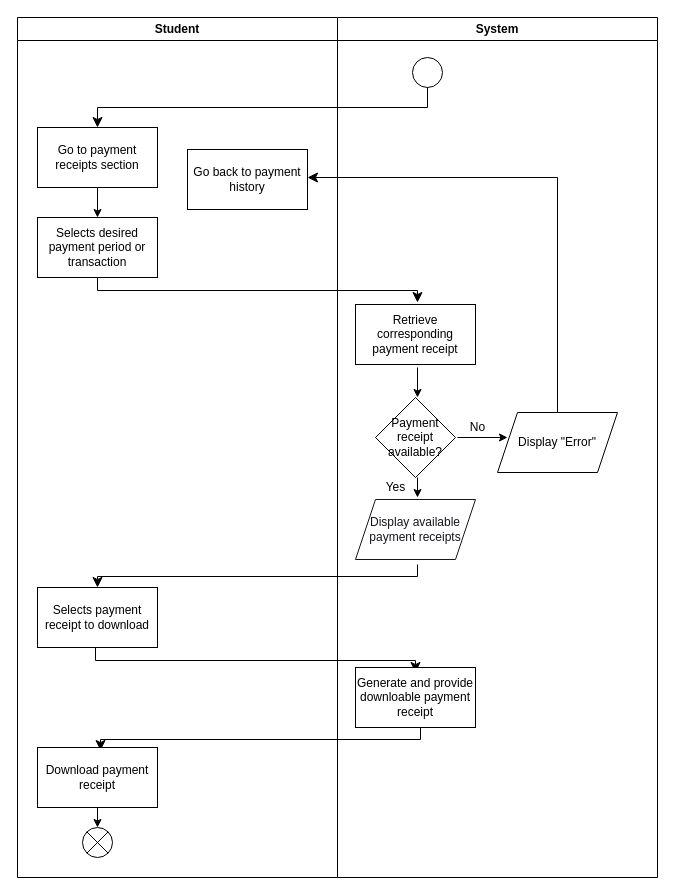
Before: project/drawio/stakeholder/activity diagram/uc22.drawio in drshahizan/software-engineering, a draw.io diagram. Source tidied: cells renumbered, new cells numbered last; positions are measured from the earlier drawing's top-left corner, leaving out a move shared by most shapes. Both pictures are drawn from the tidied source at 100%, with x=0, y=0 at pixel (17, 17).
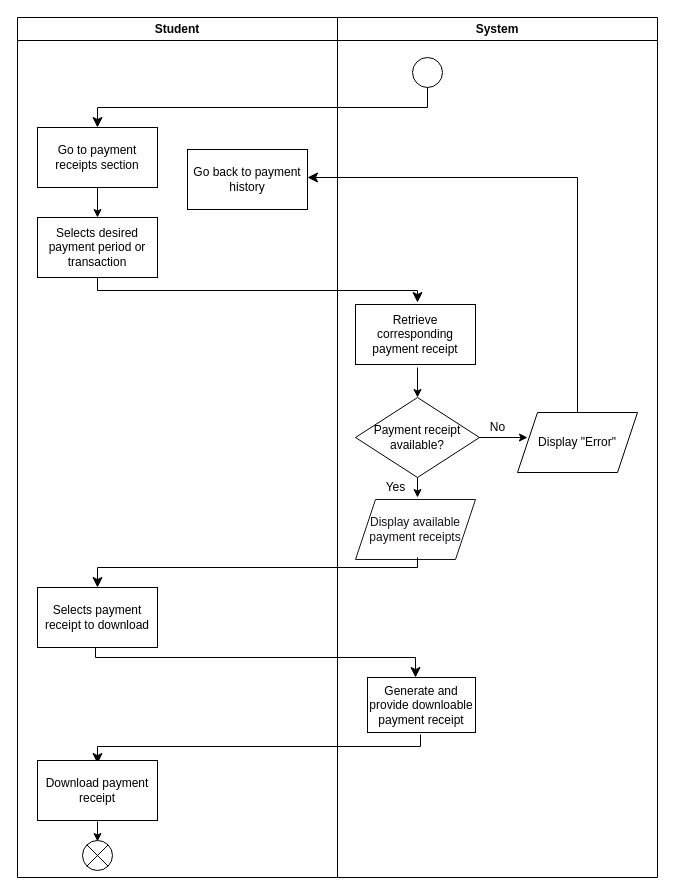
The same diagram, later.

The change refers to these unchanged cells:
```xml
<mxCell id="29" value="System" style="swimlane;whiteSpace=wrap;html=1;" parent="1" vertex="1">
  <mxGeometry x="320" width="320" height="860" as="geometry" />
</mxCell>
```

Diff of the diagram source:
```diff
@@
-    <mxCell id="10" value="Payment receipt available?" style="rhombus;whiteSpace=wrap;html=1;" parent="1" vertex="1">
-      <mxGeometry x="358" y="380" width="80" height="80" as="geometry" />
-    </mxCell>
@@
     <mxCell id="15" style="edgeStyle=elbowEdgeStyle;elbow=vertical;endArrow=classic;html=1;curved=0;rounded=0;endSize=8;startSize=8;" parent="1" edge="1">
       <mxGeometry relative="1" as="geometry">
-        <mxPoint x="400" y="547" as="sourcePoint" />
+        <mxPoint x="400" y="540" as="sourcePoint" />
         <mxPoint x="80" y="570" as="targetPoint" />
+        <Array as="points">
+          <mxPoint x="240" y="550" />
+        </Array>
       </mxGeometry>
     </mxCell>
@@
     <mxCell id="17" style="edgeStyle=elbowEdgeStyle;elbow=vertical;endArrow=classic;html=1;curved=0;rounded=0;endSize=8;startSize=8;" parent="1" edge="1">
       <mxGeometry relative="1" as="geometry">
         <mxPoint x="78" y="630" as="sourcePoint" />
-        <mxPoint x="398" y="655" as="targetPoint" />
+        <mxPoint x="398" y="660" as="targetPoint" />
+        <Array as="points">
+          <mxPoint x="240" y="640" />
+        </Array>
       </mxGeometry>
     </mxCell>
     <mxCell id="18" value="Generate and provide downloable payment receipt" style="rounded=0;whiteSpace=wrap;html=1;" parent="1" vertex="1">
-      <mxGeometry x="338" y="650" width="120" height="60" as="geometry" />
+      <mxGeometry x="350" y="660" width="108" height="55" as="geometry" />
     </mxCell>
-    <mxCell id="19" style="edgeStyle=elbowEdgeStyle;elbow=vertical;endArrow=classic;html=1;curved=0;rounded=0;endSize=8;startSize=8;" parent="1" edge="1">
+    <mxCell id="19" style="edgeStyle=elbowEdgeStyle;elbow=vertical;endArrow=classic;html=1;curved=0;rounded=0;endSize=8;startSize=8;entryX=0.5;entryY=0;entryDx=0;entryDy=0;" parent="1" edge="1">
       <mxGeometry relative="1" as="geometry">
-        <mxPoint x="403" y="710" as="sourcePoint" />
-        <mxPoint x="83" y="733" as="targetPoint" />
+        <mxPoint x="403" y="717" as="sourcePoint" />
+        <mxPoint x="80" y="746" as="targetPoint" />
         <Array as="points">
-          <mxPoint x="253" y="722" />
+          <mxPoint x="253" y="729" />
         </Array>
       </mxGeometry>
     </mxCell>
     <mxCell id="20" value="Download payment receipt" style="rounded=0;whiteSpace=wrap;html=1;" parent="1" vertex="1">
-      <mxGeometry x="20" y="730" width="120" height="60" as="geometry" />
+      <mxGeometry x="20" y="743" width="120" height="60" as="geometry" />
     </mxCell>
     <mxCell id="21" style="endArrow=classic;html=1;" parent="1" edge="1">
       <mxGeometry relative="1" as="geometry">
-        <mxPoint x="80" y="790" as="sourcePoint" />
-        <mxPoint x="80" y="810" as="targetPoint" />
+        <mxPoint x="80" y="804" as="sourcePoint" />
+        <mxPoint x="80" y="824" as="targetPoint" />
       </mxGeometry>
     </mxCell>
     <mxCell id="22" style="shape=sumEllipse;perimeter=ellipsePerimeter;whiteSpace=wrap;html=1;backgroundOutline=1;" parent="1" vertex="1">
-      <mxGeometry x="65" y="810" width="30" height="30" as="geometry" />
+      <mxGeometry x="65" y="823" width="30" height="30" as="geometry" />
     </mxCell>
     <mxCell id="23" style="endArrow=classic;html=1;" parent="1" edge="1">
       <mxGeometry relative="1" as="geometry">
-        <mxPoint x="440" y="420" as="sourcePoint" />
-        <mxPoint x="490" y="420" as="targetPoint" />
+        <mxPoint x="460" y="420" as="sourcePoint" />
+        <mxPoint x="510" y="420" as="targetPoint" />
       </mxGeometry>
     </mxCell>
-    <mxCell id="24" value="No" style="text;html=1;align=center;verticalAlign=middle;strokeColor=none;fillColor=none;" parent="1" vertex="1">
-      <mxGeometry x="440" y="395" width="40" height="30" as="geometry" />
-    </mxCell>
-    <mxCell id="25" value="Display &quot;Error&quot;" style="shape=parallelogram;perimeter=parallelogramPerimeter;whiteSpace=wrap;html=1;fixedSize=1;" parent="1" vertex="1">
-      <mxGeometry x="480" y="395" width="120" height="60" as="geometry" />
-    </mxCell>
@@
+    <mxCell id="25" value="Display &quot;Error&quot;" style="shape=parallelogram;perimeter=parallelogramPerimeter;whiteSpace=wrap;html=1;fixedSize=1;" parent="29" vertex="1">
+      <mxGeometry x="180" y="395" width="120" height="60" as="geometry" />
+    </mxCell>
+    <mxCell id="10" value="&lt;font style=&quot;font-size: 12px;&quot;&gt;Payment receipt available?&lt;/font&gt;" style="rhombus;whiteSpace=wrap;html=1;" parent="29" vertex="1">
+      <mxGeometry x="18" y="380" width="124" height="80" as="geometry" />
+    </mxCell>
+    <mxCell id="24" value="No" style="text;html=1;align=center;verticalAlign=middle;strokeColor=none;fillColor=none;" parent="29" vertex="1">
+      <mxGeometry x="140" y="395" width="40" height="30" as="geometry" />
+    </mxCell>
```
